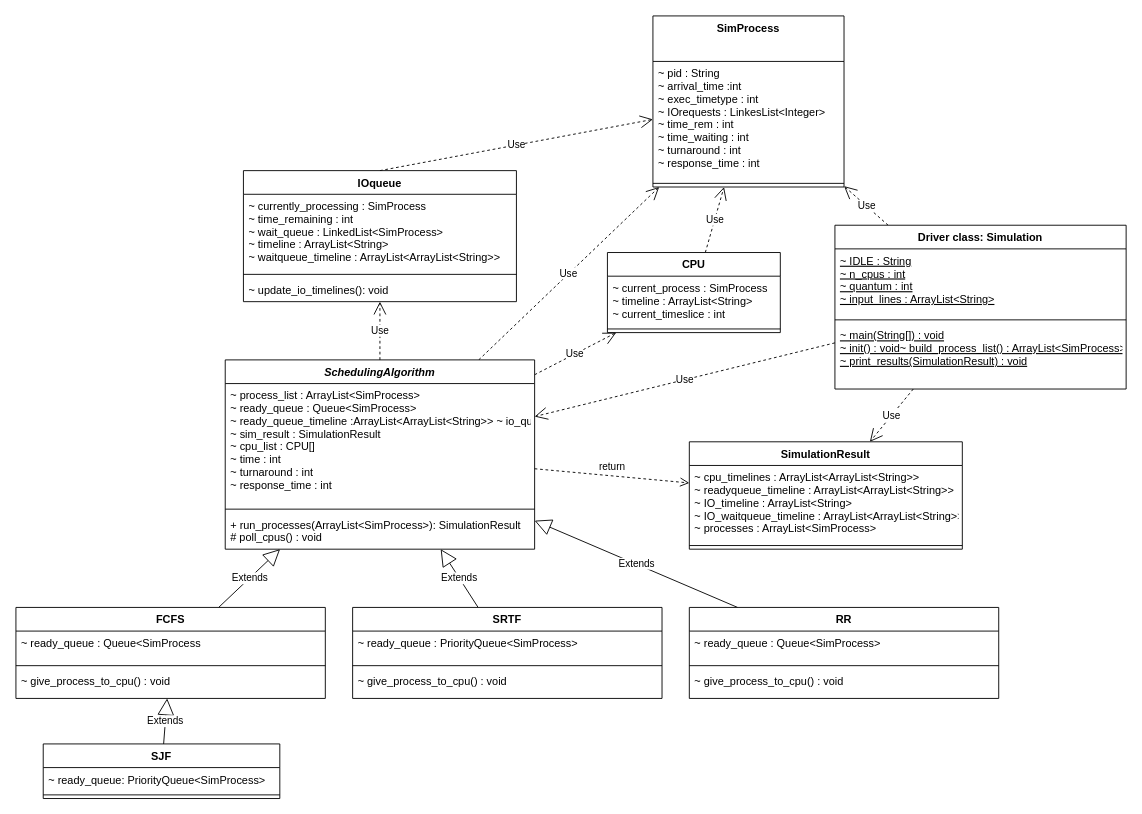
This is UML.drawio from simonbg123/process_scheduler_simulation_assignment, a draw.io file, before an edit. Source tidied: cells renumbered, new cells numbered last; positions are measured from the earlier drawing's top-left corner, leaving out a move shared by most shapes. Both pictures are drawn from the tidied source at 91%, with x=0, y=0 at pixel (15, 15).
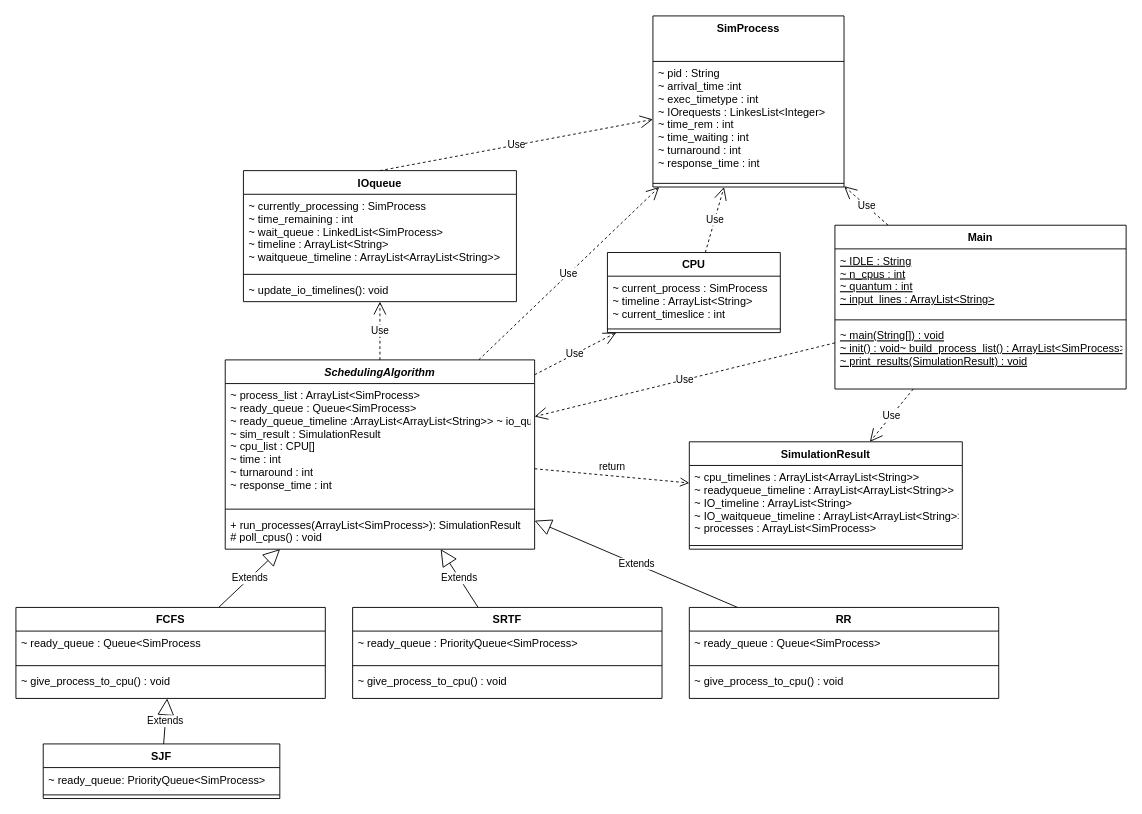
The same diagram, later.

The edit, as a diff of the source:
```diff
@@
-    <mxCell id="30" value="Driver class: Simulation" style="swimlane;fontStyle=1;align=center;verticalAlign=top;horizontal=1;startSize=26;" parent="1" vertex="1">
+    <mxCell id="30" value="Main" style="swimlane;fontStyle=1;align=center;verticalAlign=top;horizontal=1;startSize=26;" parent="1" vertex="1">
       <mxGeometry x="900" y="230" width="320" height="180" as="geometry" />
     </mxCell>
```
